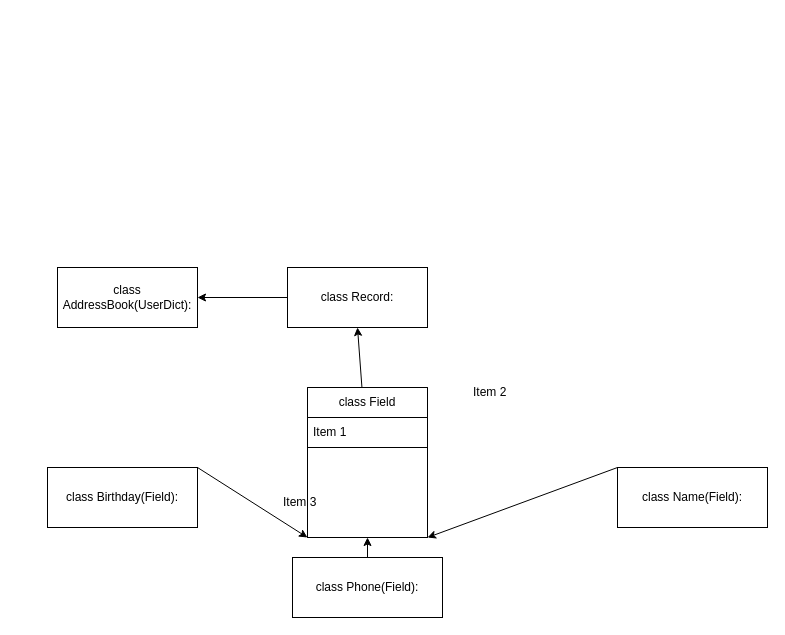
This is Диаграмма без названия.drawio from sergeyTurenko123/goit-pycore-hw-08, a draw.io file, before an edit. Source tidied: cells renumbered, new cells numbered last; positions are measured from the earlier drawing's top-left corner, leaving out a move shared by most shapes. Both pictures are drawn from the tidied source at 100%, with x=0, y=0 at pixel (47, 267).
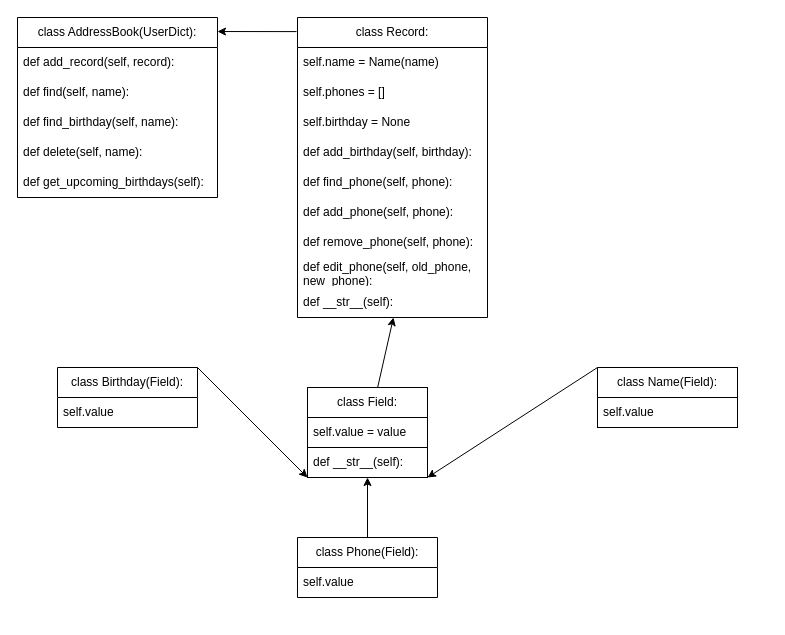
Above is the later version.

Change to the diagram source:
```diff
@@
     <mxCell id="2" style="rounded=0;whiteSpace=wrap;html=1;" parent="1" vertex="1">
-      <mxGeometry x="260" y="120" width="120" height="150" as="geometry" />
+      <mxGeometry x="260" y="120" width="120" height="90" as="geometry" />
     </mxCell>
-    <mxCell id="3" value="class Name(Field):" style="rounded=0;whiteSpace=wrap;html=1;" parent="1" vertex="1">
-      <mxGeometry x="570" y="200" width="150" height="60" as="geometry" />
+    <mxCell id="3" style="rounded=0;whiteSpace=wrap;html=1;" parent="1" vertex="1">
+      <mxGeometry x="550" y="100" width="140" height="60" as="geometry" />
     </mxCell>
-    <mxCell id="4" value="class Phone(Field):" style="rounded=0;whiteSpace=wrap;html=1;" parent="1" vertex="1">
-      <mxGeometry x="245" y="290" width="150" height="60" as="geometry" />
-    </mxCell>
-    <mxCell id="5" value="class Birthday(Field):" style="rounded=0;whiteSpace=wrap;html=1;" parent="1" vertex="1">
-      <mxGeometry y="200" width="150" height="60" as="geometry" />
-    </mxCell>
-    <mxCell id="6" style="endArrow=classic;html=1;rounded=0;entryX=0;entryY=1;entryDx=0;entryDy=0;" parent="1" edge="1" target="2">
-      <mxGeometry relative="1" as="geometry">
-        <mxPoint x="150" y="200" as="sourcePoint" />
-      </mxGeometry>
+    <mxCell id="6" style="endArrow=classic;html=1;rounded=0;entryX=0;entryY=1;entryDx=0;entryDy=0;exitX=1;exitY=0;exitDx=0;exitDy=0;" parent="1" edge="1" source="5" target="2">
+      <mxGeometry relative="1" as="geometry" />
     </mxCell>
-    <mxCell id="7" style="endArrow=classic;html=1;rounded=0;entryX=0.5;entryY=1;entryDx=0;entryDy=0;exitX=0.5;exitY=0;exitDx=0;exitDy=0;" parent="1" edge="1" source="4" target="2">
-      <mxGeometry relative="1" as="geometry" />
+    <mxCell id="7" style="endArrow=classic;html=1;rounded=0;entryX=0.5;entryY=1;entryDx=0;entryDy=0;exitX=0.5;exitY=0;exitDx=0;exitDy=0;" parent="1" edge="1" target="2">
+      <mxGeometry relative="1" as="geometry">
+        <mxPoint x="320" y="290" as="sourcePoint" />
+      </mxGeometry>
     </mxCell>
@@
-    <mxCell id="9" value="class AddressBook(UserDict):" style="rounded=0;whiteSpace=wrap;html=1;" parent="1" vertex="1">
-      <mxGeometry x="10" width="140" height="60" as="geometry" />
-    </mxCell>
-    <mxCell id="10" value="class Record:" style="rounded=0;whiteSpace=wrap;html=1;" parent="1" vertex="1">
-      <mxGeometry x="240" width="140" height="60" as="geometry" />
-    </mxCell>
-    <mxCell id="11" style="endArrow=classic;html=1;rounded=0;entryX=1;entryY=0.5;entryDx=0;entryDy=0;exitX=0;exitY=0.5;exitDx=0;exitDy=0;" parent="1" edge="1" source="10" target="9">
+    <mxCell id="11" style="endArrow=classic;html=1;rounded=0;entryX=1;entryY=0.078;entryDx=0;entryDy=0;exitX=-0.005;exitY=0.047;exitDx=0;exitDy=0;exitPerimeter=0;entryPerimeter=0;" parent="1" edge="1" source="10" target="9">
       <mxGeometry relative="1" as="geometry" />
     </mxCell>
-    <mxCell id="12" style="endArrow=classic;html=1;rounded=0;entryX=1;entryY=1;entryDx=0;entryDy=0;" parent="1" edge="1" source="2">
-      <mxGeometry relative="1" as="geometry">
-        <mxPoint x="310" y="60" as="targetPoint" />
-      </mxGeometry>
+    <mxCell id="12" style="endArrow=classic;html=1;rounded=0;entryX=0.505;entryY=1;entryDx=0;entryDy=0;entryPerimeter=0;" parent="1" edge="1" source="2" target="29">
+      <mxGeometry relative="1" as="geometry" />
     </mxCell>
-    <mxCell id="13" value="class Field" style="swimlane;fontStyle=0;horizontal=1;startSize=30;whiteSpace=wrap;html=1;" parent="1" vertex="1">
+    <mxCell id="13" value="class Field:" style="swimlane;fontStyle=0;horizontal=1;startSize=30;whiteSpace=wrap;html=1;" parent="1" vertex="1">
       <mxGeometry x="260" y="120" width="120" height="60" as="geometry" />
     </mxCell>
-    <mxCell id="14" value="Item 1" style="text;strokeColor=none;fillColor=none;align=left;verticalAlign=middle;spacingLeft=4;spacingRight=4;overflow=hidden;whiteSpace=wrap;html=1;" parent="13" vertex="1">
+    <mxCell id="14" value="self.value = value" style="text;strokeColor=none;fillColor=none;align=left;verticalAlign=middle;spacingLeft=4;spacingRight=4;overflow=hidden;whiteSpace=wrap;html=1;" parent="13" vertex="1">
       <mxGeometry y="30" width="120" height="30" as="geometry" />
     </mxCell>
-    <mxCell id="15" value="Item 2" style="text;strokeColor=none;fillColor=none;align=left;verticalAlign=middle;spacingLeft=4;spacingRight=4;overflow=hidden;whiteSpace=wrap;html=1;" parent="1" vertex="1">
-      <mxGeometry x="420" y="110" width="120" height="30" as="geometry" />
+    <mxCell id="15" value="def __str__(self):" style="text;strokeColor=none;fillColor=none;align=left;verticalAlign=middle;spacingLeft=4;spacingRight=4;overflow=hidden;whiteSpace=wrap;html=1;" parent="1" vertex="1">
+      <mxGeometry x="260" y="180" width="120" height="30" as="geometry" />
     </mxCell>
+    <mxCell id="17" value="class Name(Field):" style="swimlane;fontStyle=0;horizontal=1;startSize=30;whiteSpace=wrap;html=1;" parent="1" vertex="1">
+      <mxGeometry x="550" y="100" width="140" height="60" as="geometry" />
+    </mxCell>
+    <mxCell id="18" value="self.value" style="text;strokeColor=none;fillColor=none;align=left;verticalAlign=middle;spacingLeft=4;spacingRight=4;overflow=hidden;whiteSpace=wrap;html=1;" parent="17" vertex="1">
+      <mxGeometry y="30" width="140" height="30" as="geometry" />
+    </mxCell>
+    <mxCell id="19" style="edgeStyle=orthogonalEdgeStyle;rounded=0;orthogonalLoop=1;jettySize=auto;html=1;exitX=1;exitY=0;exitDx=0;exitDy=0;entryX=1;entryY=0;entryDx=0;entryDy=0;" parent="1" edge="1">
+      <mxGeometry relative="1" as="geometry">
+        <mxPoint x="155" y="100" as="sourcePoint" />
+        <mxPoint x="155" y="100" as="targetPoint" />
+      </mxGeometry>
+    </mxCell>
+    <mxCell id="5" value="class Birthday(Field):" style="swimlane;fontStyle=0;horizontal=1;startSize=30;whiteSpace=wrap;html=1;" parent="1" vertex="1">
+      <mxGeometry x="10" y="100" width="140" height="60" as="geometry" />
+    </mxCell>
+    <mxCell id="20" value="self.value" style="text;strokeColor=none;fillColor=none;align=left;verticalAlign=middle;spacingLeft=4;spacingRight=4;overflow=hidden;whiteSpace=wrap;html=1;" parent="5" vertex="1">
+      <mxGeometry y="30" width="140" height="30" as="geometry" />
+    </mxCell>
+    <mxCell id="4" value="class Phone(Field):" style="swimlane;fontStyle=0;horizontal=1;startSize=30;whiteSpace=wrap;html=1;" parent="1" vertex="1">
+      <mxGeometry x="250" y="270" width="140" height="60" as="geometry" />
+    </mxCell>
+    <mxCell id="21" value="self.value" style="text;strokeColor=none;fillColor=none;align=left;verticalAlign=middle;spacingLeft=4;spacingRight=4;overflow=hidden;whiteSpace=wrap;html=1;" parent="4" vertex="1">
+      <mxGeometry y="30" width="140" height="30" as="geometry" />
+    </mxCell>
+    <mxCell id="10" value="class Record:" style="swimlane;fontStyle=0;horizontal=1;startSize=30;whiteSpace=wrap;html=1;" parent="1" vertex="1">
+      <mxGeometry x="250" y="-250" width="190" height="300" as="geometry" />
+    </mxCell>
+    <mxCell id="22" value="self.name = Name(name)" style="text;strokeColor=none;fillColor=none;align=left;verticalAlign=middle;spacingLeft=4;spacingRight=4;overflow=hidden;whiteSpace=wrap;html=1;" parent="10" vertex="1">
+      <mxGeometry y="30" width="190" height="30" as="geometry" />
+    </mxCell>
+    <mxCell id="23" value="self.phones = []" style="text;strokeColor=none;fillColor=none;align=left;verticalAlign=middle;spacingLeft=4;spacingRight=4;overflow=hidden;whiteSpace=wrap;html=1;" parent="10" vertex="1">
+      <mxGeometry y="60" width="190" height="30" as="geometry" />
+    </mxCell>
+    <mxCell id="24" value="self.birthday = None" style="text;strokeColor=none;fillColor=none;align=left;verticalAlign=middle;spacingLeft=4;spacingRight=4;overflow=hidden;whiteSpace=wrap;html=1;" parent="10" vertex="1">
+      <mxGeometry y="90" width="190" height="30" as="geometry" />
+    </mxCell>
+    <mxCell id="25" value="def add_birthday(self, birthday):" style="text;strokeColor=none;fillColor=none;align=left;verticalAlign=middle;spacingLeft=4;spacingRight=4;overflow=hidden;whiteSpace=wrap;html=1;" parent="10" vertex="1">
+      <mxGeometry y="120" width="190" height="30" as="geometry" />
+    </mxCell>
+    <mxCell id="26" value="def find_phone(self, phone):" style="text;strokeColor=none;fillColor=none;align=left;verticalAlign=middle;spacingLeft=4;spacingRight=4;overflow=hidden;whiteSpace=wrap;html=1;" parent="10" vertex="1">
+      <mxGeometry y="150" width="190" height="30" as="geometry" />
+    </mxCell>
+    <mxCell id="27" value="def add_phone(self, phone):" style="text;strokeColor=none;fillColor=none;align=left;verticalAlign=middle;spacingLeft=4;spacingRight=4;overflow=hidden;whiteSpace=wrap;html=1;" parent="10" vertex="1">
+      <mxGeometry y="180" width="190" height="30" as="geometry" />
+    </mxCell>
+    <mxCell id="28" value="def remove_phone(self, phone):" style="text;strokeColor=none;fillColor=none;align=left;verticalAlign=middle;spacingLeft=4;spacingRight=4;overflow=hidden;whiteSpace=wrap;html=1;" parent="10" vertex="1">
+      <mxGeometry y="210" width="190" height="30" as="geometry" />
+    </mxCell>
-    <mxCell id="16" value="Item 3" style="text;strokeColor=none;fillColor=none;align=left;verticalAlign=middle;spacingLeft=4;spacingRight=4;overflow=hidden;whiteSpace=wrap;html=1;" parent="1" vertex="1">
-      <mxGeometry x="230" y="220" width="140" height="30" as="geometry" />
+    <mxCell id="16" value="def edit_phone(self, old_phone, new_phone):" style="text;strokeColor=none;fillColor=none;align=left;verticalAlign=middle;spacingLeft=4;spacingRight=4;overflow=hidden;whiteSpace=wrap;html=1;" parent="10" vertex="1">
+      <mxGeometry y="240" width="190" height="30" as="geometry" />
     </mxCell>
+    <mxCell id="29" value="def __str__(self):" style="text;strokeColor=none;fillColor=none;align=left;verticalAlign=middle;spacingLeft=4;spacingRight=4;overflow=hidden;points=[[0,0.5],[1,0.5]];portConstraint=eastwest;whiteSpace=wrap;html=1;" parent="10" vertex="1">
+      <mxGeometry y="270" width="190" height="30" as="geometry" />
+    </mxCell>
+    <mxCell id="9" value="class AddressBook(UserDict):" style="swimlane;fontStyle=0;horizontal=1;startSize=30;whiteSpace=wrap;html=1;" parent="1" vertex="1">
+      <mxGeometry x="-30" y="-250" width="200" height="180" as="geometry" />
+    </mxCell>
+    <mxCell id="30" value="def add_record(self, record):" style="text;strokeColor=none;fillColor=none;align=left;verticalAlign=middle;spacingLeft=4;spacingRight=4;overflow=hidden;whiteSpace=wrap;html=1;" parent="9" vertex="1">
+      <mxGeometry y="30" width="200" height="30" as="geometry" />
+    </mxCell>
+    <mxCell id="31" value="def find(self, name):" style="text;strokeColor=none;fillColor=none;align=left;verticalAlign=middle;spacingLeft=4;spacingRight=4;overflow=hidden;whiteSpace=wrap;html=1;" parent="9" vertex="1">
+      <mxGeometry y="60" width="200" height="30" as="geometry" />
+    </mxCell>
+    <mxCell id="32" value="def find_birthday(self, name):" style="text;strokeColor=none;fillColor=none;align=left;verticalAlign=middle;spacingLeft=4;spacingRight=4;overflow=hidden;whiteSpace=wrap;html=1;" parent="9" vertex="1">
+      <mxGeometry y="90" width="200" height="30" as="geometry" />
+    </mxCell>
+    <mxCell id="33" value="def delete(self, name):" style="text;strokeColor=none;fillColor=none;align=left;verticalAlign=middle;spacingLeft=4;spacingRight=4;overflow=hidden;whiteSpace=wrap;html=1;" parent="9" vertex="1">
+      <mxGeometry y="120" width="200" height="30" as="geometry" />
+    </mxCell>
+    <mxCell id="34" value="def get_upcoming_birthdays(self):" style="text;strokeColor=none;fillColor=none;align=left;verticalAlign=middle;spacingLeft=4;spacingRight=4;overflow=hidden;whiteSpace=wrap;html=1;" parent="9" vertex="1">
+      <mxGeometry y="150" width="200" height="30" as="geometry" />
+    </mxCell>
```
